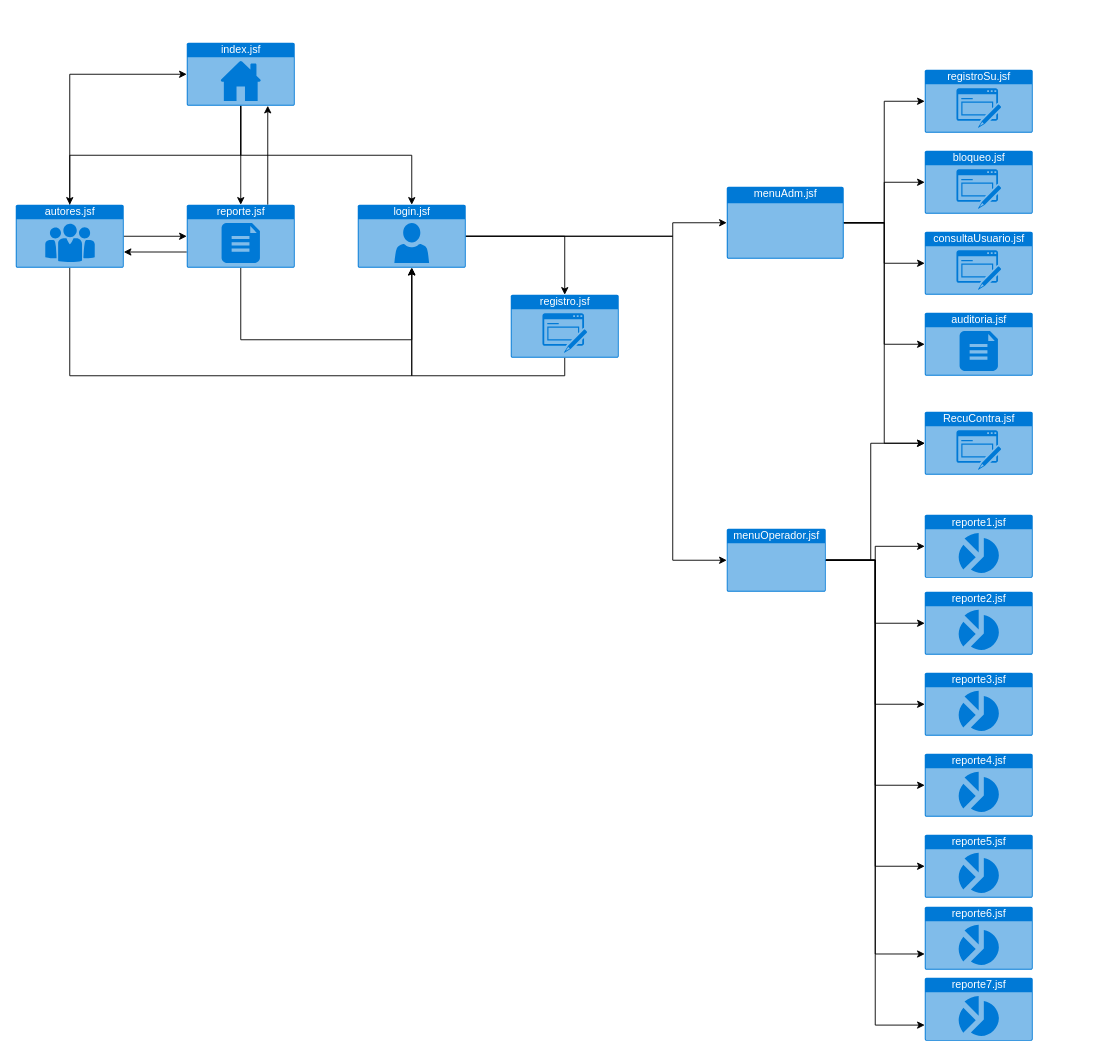
This is documentacion/mapaNavegacion.drawio from nicasop/PROYECTO_INTEGRADOR_P58, a draw.io file, before an edit. Source tidied: cells renumbered, new cells numbered last; positions are measured from the earlier drawing's top-left corner, leaving out a move shared by most shapes. Both pictures are drawn from the tidied source at 90%, with x=0, y=0 at pixel (15, 42).
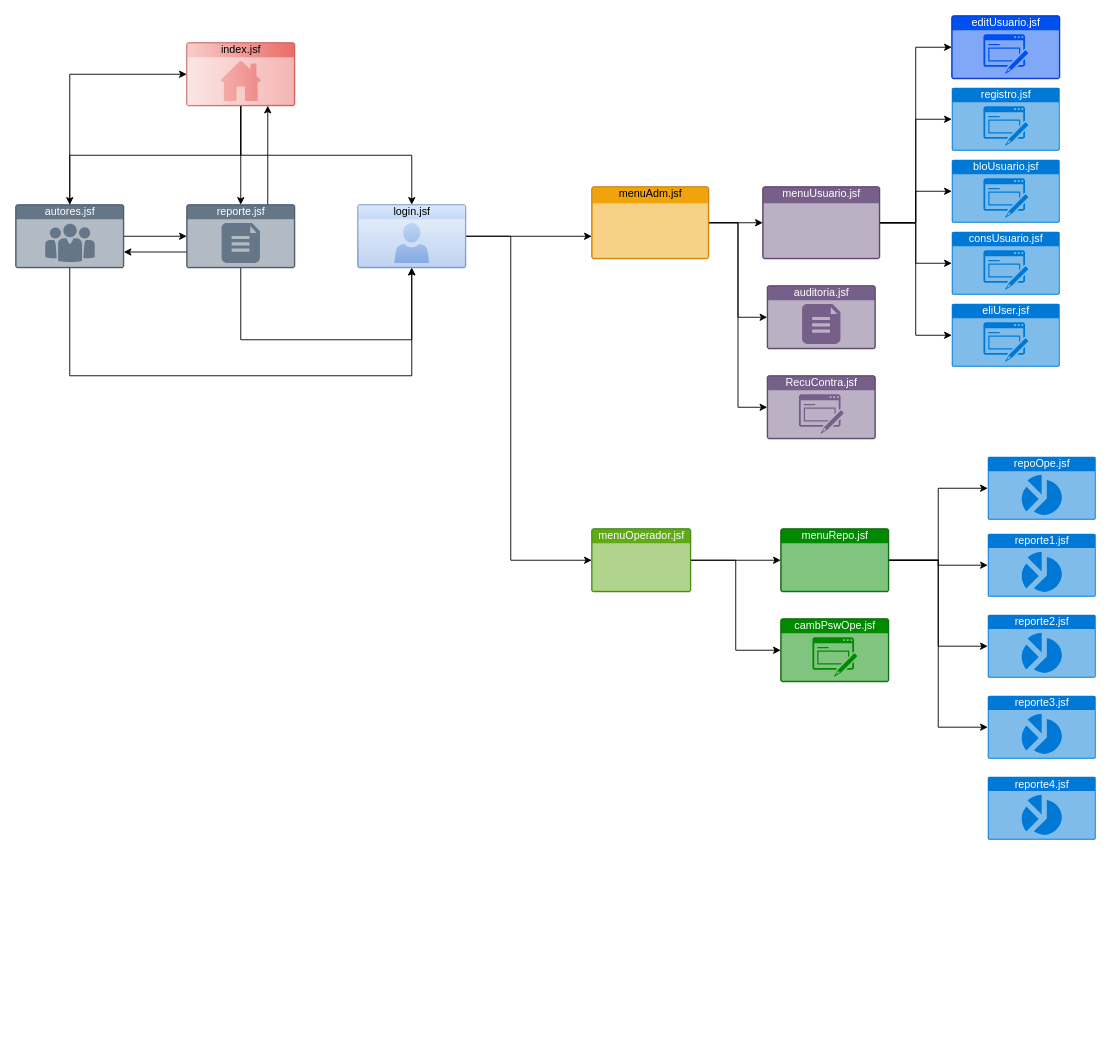
After the change.

Change to the diagram source:
```diff
@@
-    <mxCell id="5" value="index.jsf" style="html=1;strokeColor=none;fillColor=#0079D6;labelPosition=center;verticalLabelPosition=middle;verticalAlign=top;align=center;fontSize=12;outlineConnect=0;spacingTop=-6;fontColor=#FFFFFF;shape=mxgraph.sitemap.home;" parent="1" vertex="1">
+    <mxCell id="5" value="index.jsf" style="html=1;strokeColor=#b85450;fillColor=#f8cecc;labelPosition=center;verticalLabelPosition=middle;verticalAlign=top;align=center;fontSize=12;outlineConnect=0;spacingTop=-6;shape=mxgraph.sitemap.home;gradientDirection=east;gradientColor=#ea6b66;" parent="1" vertex="1">
       <mxGeometry x="190" width="120" height="70" as="geometry" />
     </mxCell>
@@
     <mxCell id="7" style="edgeStyle=orthogonalEdgeStyle;rounded=0;jettySize=auto;html=1;exitX=1;exitY=0.5;exitDx=0;exitDy=0;exitPerimeter=0;" parent="1" edge="1" source="9" target="35">
       <mxGeometry relative="1" as="geometry">
         <Array as="points">
-          <mxPoint x="730" y="215" />
-          <mxPoint x="730" y="575" />
+          <mxPoint x="550" y="215" />
+          <mxPoint x="550" y="575" />
         </Array>
       </mxGeometry>
     </mxCell>
-    <mxCell id="8" style="edgeStyle=orthogonalEdgeStyle;rounded=0;jettySize=auto;html=1;exitX=1;exitY=0.5;exitDx=0;exitDy=0;exitPerimeter=0;entryX=0.5;entryY=0;entryDx=0;entryDy=0;entryPerimeter=0;" parent="1" edge="1" source="9" target="19">
-      <mxGeometry relative="1" as="geometry" />
-    </mxCell>
-    <mxCell id="9" value="login.jsf&lt;br&gt;" style="html=1;strokeColor=none;fillColor=#0079D6;labelPosition=center;verticalLabelPosition=middle;verticalAlign=top;align=center;fontSize=12;outlineConnect=0;spacingTop=-6;fontColor=#FFFFFF;shape=mxgraph.sitemap.profile;" parent="1" vertex="1">
+    <mxCell id="9" value="login.jsf&lt;br&gt;" style="html=1;strokeColor=#6c8ebf;fillColor=#dae8fc;labelPosition=center;verticalLabelPosition=middle;verticalAlign=top;align=center;fontSize=12;outlineConnect=0;spacingTop=-6;shape=mxgraph.sitemap.profile;gradientColor=#7ea6e0;" parent="1" vertex="1">
       <mxGeometry x="380" y="180" width="120" height="70" as="geometry" />
     </mxCell>
@@
-    <mxCell id="13" value="reporte.jsf" style="html=1;strokeColor=none;fillColor=#0079D6;labelPosition=center;verticalLabelPosition=middle;verticalAlign=top;align=center;fontSize=12;outlineConnect=0;spacingTop=-6;fontColor=#FFFFFF;shape=mxgraph.sitemap.document;" parent="1" vertex="1">
+    <mxCell id="13" value="reporte.jsf" style="html=1;strokeColor=#314354;fillColor=#647687;labelPosition=center;verticalLabelPosition=middle;verticalAlign=top;align=center;fontSize=12;outlineConnect=0;spacingTop=-6;fontColor=#ffffff;shape=mxgraph.sitemap.document;" parent="1" vertex="1">
       <mxGeometry x="190" y="180" width="120" height="70" as="geometry" />
     </mxCell>
@@
-    <mxCell id="17" value="autores.jsf" style="html=1;strokeColor=none;fillColor=#0079D6;labelPosition=center;verticalLabelPosition=middle;verticalAlign=top;align=center;fontSize=12;outlineConnect=0;spacingTop=-6;fontColor=#FFFFFF;shape=mxgraph.sitemap.about_us;" parent="1" vertex="1">
+    <mxCell id="17" value="autores.jsf" style="html=1;strokeColor=#314354;fillColor=#647687;labelPosition=center;verticalLabelPosition=middle;verticalAlign=top;align=center;fontSize=12;outlineConnect=0;spacingTop=-6;shape=mxgraph.sitemap.about_us;fontColor=#ffffff;" parent="1" vertex="1">
       <mxGeometry y="180" width="120" height="70" as="geometry" />
     </mxCell>
-    <mxCell id="18" style="edgeStyle=orthogonalEdgeStyle;rounded=0;jettySize=auto;html=1;exitX=0.5;exitY=1;exitDx=0;exitDy=0;exitPerimeter=0;entryX=0.5;entryY=1;entryDx=0;entryDy=0;entryPerimeter=0;" parent="1" edge="1" source="19" target="9">
-      <mxGeometry relative="1" as="geometry" />
-    </mxCell>
-    <mxCell id="19" value="registro.jsf" style="html=1;strokeColor=none;fillColor=#0079D6;labelPosition=center;verticalLabelPosition=middle;verticalAlign=top;align=center;fontSize=12;outlineConnect=0;spacingTop=-6;fontColor=#FFFFFF;shape=mxgraph.sitemap.form;" parent="1" vertex="1">
-      <mxGeometry x="550" y="280" width="120" height="70" as="geometry" />
-    </mxCell>
-    <mxCell id="20" value="registroSu.jsf" style="html=1;strokeColor=none;fillColor=#0079D6;labelPosition=center;verticalLabelPosition=middle;verticalAlign=top;align=center;fontSize=12;outlineConnect=0;spacingTop=-6;fontColor=#FFFFFF;shape=mxgraph.sitemap.form;" parent="1" vertex="1">
-      <mxGeometry x="1010" y="30" width="120" height="70" as="geometry" />
+    <mxCell id="20" value="registro.jsf" style="html=1;strokeColor=none;fillColor=#0079D6;labelPosition=center;verticalLabelPosition=middle;verticalAlign=top;align=center;fontSize=12;outlineConnect=0;spacingTop=-6;fontColor=#FFFFFF;shape=mxgraph.sitemap.form;" parent="1" vertex="1">
+      <mxGeometry x="1040" y="50" width="120" height="70" as="geometry" />
     </mxCell>
-    <mxCell id="21" style="edgeStyle=orthogonalEdgeStyle;rounded=0;jettySize=auto;html=1;exitX=1;exitY=0.5;exitDx=0;exitDy=0;exitPerimeter=0;entryX=0;entryY=0.5;entryDx=0;entryDy=0;entryPerimeter=0;" parent="1" edge="1" source="26" target="20">
-      <mxGeometry relative="1" as="geometry" />
-    </mxCell>
-    <mxCell id="22" style="edgeStyle=orthogonalEdgeStyle;rounded=0;jettySize=auto;html=1;exitX=1;exitY=0.5;exitDx=0;exitDy=0;exitPerimeter=0;" parent="1" edge="1" source="26" target="37">
-      <mxGeometry relative="1" as="geometry" />
-    </mxCell>
-    <mxCell id="23" style="edgeStyle=orthogonalEdgeStyle;rounded=0;jettySize=auto;html=1;exitX=1;exitY=0.5;exitDx=0;exitDy=0;exitPerimeter=0;" parent="1" edge="1" source="26" target="38">
-      <mxGeometry relative="1" as="geometry" />
-    </mxCell>
@@
+    <mxCell id="47" style="edgeStyle=orthogonalEdgeStyle;rounded=0;jettySize=auto;html=1;exitX=1;exitY=0.5;exitDx=0;exitDy=0;exitPerimeter=0;" parent="1" edge="1" source="26" target="55">
+      <mxGeometry relative="1" as="geometry" />
+    </mxCell>
-    <mxCell id="26" value="menuAdm.jsf" style="html=1;strokeColor=none;fillColor=#0079D6;labelPosition=center;verticalLabelPosition=middle;verticalAlign=top;align=center;fontSize=12;outlineConnect=0;spacingTop=-6;fontColor=#FFFFFF;shape=mxgraph.sitemap.page;" parent="1" vertex="1">
-      <mxGeometry x="790" y="160" width="130" height="80" as="geometry" />
+    <mxCell id="26" value="menuAdm.jsf" style="html=1;strokeColor=#BD7000;fillColor=#f0a30a;labelPosition=center;verticalLabelPosition=middle;verticalAlign=top;align=center;fontSize=12;outlineConnect=0;spacingTop=-6;fontColor=#000000;shape=mxgraph.sitemap.page;" parent="1" vertex="1">
+      <mxGeometry x="640" y="160" width="130" height="80" as="geometry" />
     </mxCell>
-    <mxCell id="27" style="edgeStyle=orthogonalEdgeStyle;rounded=0;jettySize=auto;html=1;exitX=1;exitY=0.5;exitDx=0;exitDy=0;exitPerimeter=0;entryX=0;entryY=0.5;entryDx=0;entryDy=0;entryPerimeter=0;" parent="1" edge="1" source="35" target="36">
-      <mxGeometry relative="1" as="geometry">
-        <Array as="points">
-          <mxPoint x="950" y="575" />
-          <mxPoint x="950" y="445" />
-        </Array>
-      </mxGeometry>
-    </mxCell>
-    <mxCell id="28" style="edgeStyle=orthogonalEdgeStyle;rounded=0;jettySize=auto;html=1;exitX=1;exitY=0.5;exitDx=0;exitDy=0;exitPerimeter=0;" parent="1" edge="1" source="35" target="40">
-      <mxGeometry relative="1" as="geometry" />
-    </mxCell>
-    <mxCell id="29" style="edgeStyle=orthogonalEdgeStyle;rounded=0;jettySize=auto;html=1;exitX=1;exitY=0.5;exitDx=0;exitDy=0;exitPerimeter=0;entryX=0;entryY=0.5;entryDx=0;entryDy=0;entryPerimeter=0;" parent="1" edge="1" source="35" target="41">
-      <mxGeometry relative="1" as="geometry" />
-    </mxCell>
-    <mxCell id="30" style="edgeStyle=orthogonalEdgeStyle;rounded=0;jettySize=auto;html=1;exitX=1;exitY=0.5;exitDx=0;exitDy=0;exitPerimeter=0;entryX=0;entryY=0.5;entryDx=0;entryDy=0;entryPerimeter=0;" parent="1" edge="1" source="35" target="42">
-      <mxGeometry relative="1" as="geometry" />
-    </mxCell>
-    <mxCell id="31" style="edgeStyle=orthogonalEdgeStyle;rounded=0;jettySize=auto;html=1;exitX=1;exitY=0.5;exitDx=0;exitDy=0;exitPerimeter=0;entryX=0;entryY=0.5;entryDx=0;entryDy=0;entryPerimeter=0;" parent="1" edge="1" source="35" target="43">
-      <mxGeometry relative="1" as="geometry" />
-    </mxCell>
-    <mxCell id="32" style="edgeStyle=orthogonalEdgeStyle;rounded=0;jettySize=auto;html=1;exitX=1;exitY=0.5;exitDx=0;exitDy=0;exitPerimeter=0;entryX=0;entryY=0.5;entryDx=0;entryDy=0;entryPerimeter=0;" parent="1" edge="1" source="35" target="44">
-      <mxGeometry relative="1" as="geometry" />
-    </mxCell>
-    <mxCell id="33" style="edgeStyle=orthogonalEdgeStyle;rounded=0;jettySize=auto;html=1;exitX=1;exitY=0.5;exitDx=0;exitDy=0;exitPerimeter=0;entryX=0;entryY=0.75;entryDx=0;entryDy=0;entryPerimeter=0;" parent="1" edge="1" source="35" target="45">
-      <mxGeometry relative="1" as="geometry" />
-    </mxCell>
-    <mxCell id="34" style="edgeStyle=orthogonalEdgeStyle;rounded=0;jettySize=auto;html=1;exitX=1;exitY=0.5;exitDx=0;exitDy=0;exitPerimeter=0;entryX=0;entryY=0.75;entryDx=0;entryDy=0;entryPerimeter=0;" parent="1" edge="1" source="35" target="46">
-      <mxGeometry relative="1" as="geometry" />
-    </mxCell>
+    <mxCell id="48" style="edgeStyle=orthogonalEdgeStyle;rounded=0;jettySize=auto;html=1;exitX=1;exitY=0.5;exitDx=0;exitDy=0;exitPerimeter=0;" parent="1" edge="1" source="35" target="62">
+      <mxGeometry relative="1" as="geometry" />
+    </mxCell>
+    <mxCell id="49" style="edgeStyle=orthogonalEdgeStyle;rounded=0;jettySize=auto;html=1;exitX=1;exitY=0.5;exitDx=0;exitDy=0;exitPerimeter=0;entryX=0;entryY=0.5;entryDx=0;entryDy=0;entryPerimeter=0;" parent="1" edge="1" source="35" target="63">
+      <mxGeometry relative="1" as="geometry" />
+    </mxCell>
-    <mxCell id="35" value="menuOperador.jsf" style="html=1;strokeColor=none;fillColor=#0079D6;labelPosition=center;verticalLabelPosition=middle;verticalAlign=top;align=center;fontSize=12;outlineConnect=0;spacingTop=-6;fontColor=#FFFFFF;shape=mxgraph.sitemap.page;" parent="1" vertex="1">
-      <mxGeometry x="790" y="540" width="110" height="70" as="geometry" />
+    <mxCell id="35" value="menuOperador.jsf" style="html=1;strokeColor=#2D7600;fillColor=#60a917;labelPosition=center;verticalLabelPosition=middle;verticalAlign=top;align=center;fontSize=12;outlineConnect=0;spacingTop=-6;fontColor=#ffffff;shape=mxgraph.sitemap.page;" parent="1" vertex="1">
+      <mxGeometry x="640" y="540" width="110" height="70" as="geometry" />
     </mxCell>
-    <mxCell id="36" value="RecuContra.jsf" style="html=1;strokeColor=none;fillColor=#0079D6;labelPosition=center;verticalLabelPosition=middle;verticalAlign=top;align=center;fontSize=12;outlineConnect=0;spacingTop=-6;fontColor=#FFFFFF;shape=mxgraph.sitemap.form;" parent="1" vertex="1">
-      <mxGeometry x="1010" y="410" width="120" height="70" as="geometry" />
+    <mxCell id="36" value="RecuContra.jsf" style="html=1;strokeColor=#432D57;fillColor=#76608a;labelPosition=center;verticalLabelPosition=middle;verticalAlign=top;align=center;fontSize=12;outlineConnect=0;spacingTop=-6;fontColor=#ffffff;shape=mxgraph.sitemap.form;" parent="1" vertex="1">
+      <mxGeometry x="835" y="370" width="120" height="70" as="geometry" />
     </mxCell>
-    <mxCell id="37" value="bloqueo.jsf" style="html=1;strokeColor=none;fillColor=#0079D6;labelPosition=center;verticalLabelPosition=middle;verticalAlign=top;align=center;fontSize=12;outlineConnect=0;spacingTop=-6;fontColor=#FFFFFF;shape=mxgraph.sitemap.form;" parent="1" vertex="1">
-      <mxGeometry x="1010" y="120" width="120" height="70" as="geometry" />
+    <mxCell id="37" value="bloUsuario.jsf" style="html=1;strokeColor=none;fillColor=#0079D6;labelPosition=center;verticalLabelPosition=middle;verticalAlign=top;align=center;fontSize=12;outlineConnect=0;spacingTop=-6;fontColor=#FFFFFF;shape=mxgraph.sitemap.form;" parent="1" vertex="1">
+      <mxGeometry x="1040" y="130" width="120" height="70" as="geometry" />
     </mxCell>
-    <mxCell id="38" value="consultaUsuario.jsf" style="html=1;strokeColor=none;fillColor=#0079D6;labelPosition=center;verticalLabelPosition=middle;verticalAlign=top;align=center;fontSize=12;outlineConnect=0;spacingTop=-6;fontColor=#FFFFFF;shape=mxgraph.sitemap.form;" parent="1" vertex="1">
-      <mxGeometry x="1010" y="210" width="120" height="70" as="geometry" />
+    <mxCell id="38" value="consUsuario.jsf" style="html=1;strokeColor=none;fillColor=#0079D6;labelPosition=center;verticalLabelPosition=middle;verticalAlign=top;align=center;fontSize=12;outlineConnect=0;spacingTop=-6;fontColor=#FFFFFF;shape=mxgraph.sitemap.form;" parent="1" vertex="1">
+      <mxGeometry x="1040" y="210" width="120" height="70" as="geometry" />
     </mxCell>
-    <mxCell id="39" value="auditoria.jsf" style="html=1;strokeColor=none;fillColor=#0079D6;labelPosition=center;verticalLabelPosition=middle;verticalAlign=top;align=center;fontSize=12;outlineConnect=0;spacingTop=-6;fontColor=#FFFFFF;shape=mxgraph.sitemap.document;" parent="1" vertex="1">
-      <mxGeometry x="1010" y="300" width="120" height="70" as="geometry" />
+    <mxCell id="39" value="auditoria.jsf" style="html=1;strokeColor=#432D57;fillColor=#76608a;labelPosition=center;verticalLabelPosition=middle;verticalAlign=top;align=center;fontSize=12;outlineConnect=0;spacingTop=-6;fontColor=#ffffff;shape=mxgraph.sitemap.document;" parent="1" vertex="1">
+      <mxGeometry x="835" y="270" width="120" height="70" as="geometry" />
     </mxCell>
-    <mxCell id="40" value="reporte1.jsf" style="html=1;strokeColor=none;fillColor=#0079D6;labelPosition=center;verticalLabelPosition=middle;verticalAlign=top;align=center;fontSize=12;outlineConnect=0;spacingTop=-6;fontColor=#FFFFFF;shape=mxgraph.sitemap.chart;" parent="1" vertex="1">
-      <mxGeometry x="1010" y="524.5" width="120" height="70" as="geometry" />
+    <mxCell id="40" value="repoOpe.jsf" style="html=1;strokeColor=none;fillColor=#0079D6;labelPosition=center;verticalLabelPosition=middle;verticalAlign=top;align=center;fontSize=12;outlineConnect=0;spacingTop=-6;fontColor=#FFFFFF;shape=mxgraph.sitemap.chart;" parent="1" vertex="1">
+      <mxGeometry x="1080" y="460" width="120" height="70" as="geometry" />
     </mxCell>
-    <mxCell id="41" value="reporte2.jsf" style="html=1;strokeColor=none;fillColor=#0079D6;labelPosition=center;verticalLabelPosition=middle;verticalAlign=top;align=center;fontSize=12;outlineConnect=0;spacingTop=-6;fontColor=#FFFFFF;shape=mxgraph.sitemap.chart;" parent="1" vertex="1">
-      <mxGeometry x="1010" y="610" width="120" height="70" as="geometry" />
+    <mxCell id="41" value="reporte1.jsf" style="html=1;strokeColor=none;fillColor=#0079D6;labelPosition=center;verticalLabelPosition=middle;verticalAlign=top;align=center;fontSize=12;outlineConnect=0;spacingTop=-6;fontColor=#FFFFFF;shape=mxgraph.sitemap.chart;" parent="1" vertex="1">
+      <mxGeometry x="1080" y="545.5" width="120" height="70" as="geometry" />
     </mxCell>
-    <mxCell id="42" value="reporte3.jsf" style="html=1;strokeColor=none;fillColor=#0079D6;labelPosition=center;verticalLabelPosition=middle;verticalAlign=top;align=center;fontSize=12;outlineConnect=0;spacingTop=-6;fontColor=#FFFFFF;shape=mxgraph.sitemap.chart;" parent="1" vertex="1">
-      <mxGeometry x="1010" y="700" width="120" height="70" as="geometry" />
+    <mxCell id="42" value="reporte2.jsf" style="html=1;strokeColor=none;fillColor=#0079D6;labelPosition=center;verticalLabelPosition=middle;verticalAlign=top;align=center;fontSize=12;outlineConnect=0;spacingTop=-6;fontColor=#FFFFFF;shape=mxgraph.sitemap.chart;" parent="1" vertex="1">
+      <mxGeometry x="1080" y="635.5" width="120" height="70" as="geometry" />
     </mxCell>
-    <mxCell id="43" value="reporte4.jsf" style="html=1;strokeColor=none;fillColor=#0079D6;labelPosition=center;verticalLabelPosition=middle;verticalAlign=top;align=center;fontSize=12;outlineConnect=0;spacingTop=-6;fontColor=#FFFFFF;shape=mxgraph.sitemap.chart;" parent="1" vertex="1">
-      <mxGeometry x="1010" y="790" width="120" height="70" as="geometry" />
+    <mxCell id="43" value="reporte3.jsf" style="html=1;strokeColor=none;fillColor=#0079D6;labelPosition=center;verticalLabelPosition=middle;verticalAlign=top;align=center;fontSize=12;outlineConnect=0;spacingTop=-6;fontColor=#FFFFFF;shape=mxgraph.sitemap.chart;" parent="1" vertex="1">
+      <mxGeometry x="1080" y="725.5" width="120" height="70" as="geometry" />
     </mxCell>
-    <mxCell id="44" value="reporte5.jsf" style="html=1;strokeColor=none;fillColor=#0079D6;labelPosition=center;verticalLabelPosition=middle;verticalAlign=top;align=center;fontSize=12;outlineConnect=0;spacingTop=-6;fontColor=#FFFFFF;shape=mxgraph.sitemap.chart;" parent="1" vertex="1">
-      <mxGeometry x="1010" y="880" width="120" height="70" as="geometry" />
+    <mxCell id="44" value="reporte4.jsf" style="html=1;strokeColor=none;fillColor=#0079D6;labelPosition=center;verticalLabelPosition=middle;verticalAlign=top;align=center;fontSize=12;outlineConnect=0;spacingTop=-6;fontColor=#FFFFFF;shape=mxgraph.sitemap.chart;" parent="1" vertex="1">
+      <mxGeometry x="1080" y="815.5" width="120" height="70" as="geometry" />
     </mxCell>
-    <mxCell id="45" value="reporte6.jsf" style="html=1;strokeColor=none;fillColor=#0079D6;labelPosition=center;verticalLabelPosition=middle;verticalAlign=top;align=center;fontSize=12;outlineConnect=0;spacingTop=-6;fontColor=#FFFFFF;shape=mxgraph.sitemap.chart;" parent="1" vertex="1">
-      <mxGeometry x="1010" y="960" width="120" height="70" as="geometry" />
-    </mxCell>
-    <mxCell id="46" value="reporte7.jsf" style="html=1;strokeColor=none;fillColor=#0079D6;labelPosition=center;verticalLabelPosition=middle;verticalAlign=top;align=center;fontSize=12;outlineConnect=0;spacingTop=-6;fontColor=#FFFFFF;shape=mxgraph.sitemap.chart;" parent="1" vertex="1">
-      <mxGeometry x="1010" y="1039" width="120" height="70" as="geometry" />
-    </mxCell>
+    <mxCell id="50" style="edgeStyle=orthogonalEdgeStyle;rounded=0;jettySize=auto;html=1;entryX=0;entryY=0.5;entryDx=0;entryDy=0;entryPerimeter=0;" parent="1" edge="1" source="55" target="56">
+      <mxGeometry relative="1" as="geometry" />
+    </mxCell>
+    <mxCell id="51" style="edgeStyle=orthogonalEdgeStyle;rounded=0;jettySize=auto;html=1;entryX=0;entryY=0.5;entryDx=0;entryDy=0;entryPerimeter=0;" parent="1" edge="1" source="55" target="20">
+      <mxGeometry relative="1" as="geometry" />
+    </mxCell>
+    <mxCell id="52" style="edgeStyle=orthogonalEdgeStyle;rounded=0;jettySize=auto;html=1;entryX=0;entryY=0.5;entryDx=0;entryDy=0;entryPerimeter=0;" parent="1" edge="1" source="55" target="37">
+      <mxGeometry relative="1" as="geometry" />
+    </mxCell>
+    <mxCell id="53" style="edgeStyle=orthogonalEdgeStyle;rounded=0;jettySize=auto;html=1;" parent="1" edge="1" source="55" target="38">
+      <mxGeometry relative="1" as="geometry" />
+    </mxCell>
+    <mxCell id="54" style="edgeStyle=orthogonalEdgeStyle;rounded=0;jettySize=auto;html=1;entryX=0;entryY=0.5;entryDx=0;entryDy=0;entryPerimeter=0;" parent="1" edge="1" source="55" target="57">
+      <mxGeometry relative="1" as="geometry" />
+    </mxCell>
+    <mxCell id="55" value="menuUsuario.jsf" style="html=1;strokeColor=#432D57;fillColor=#76608a;labelPosition=center;verticalLabelPosition=middle;verticalAlign=top;align=center;fontSize=12;outlineConnect=0;spacingTop=-6;fontColor=#ffffff;shape=mxgraph.sitemap.page;" parent="1" vertex="1">
+      <mxGeometry x="830" y="160" width="130" height="80" as="geometry" />
+    </mxCell>
+    <mxCell id="56" value="editUsuario.jsf" style="html=1;strokeColor=#001DBC;fillColor=#0050ef;labelPosition=center;verticalLabelPosition=middle;verticalAlign=top;align=center;fontSize=12;outlineConnect=0;spacingTop=-6;shape=mxgraph.sitemap.form;fontColor=#ffffff;" parent="1" vertex="1">
+      <mxGeometry x="1040" y="-30" width="120" height="70" as="geometry" />
+    </mxCell>
+    <mxCell id="57" value="eliUser.jsf" style="html=1;strokeColor=none;fillColor=#0079D6;labelPosition=center;verticalLabelPosition=middle;verticalAlign=top;align=center;fontSize=12;outlineConnect=0;spacingTop=-6;fontColor=#FFFFFF;shape=mxgraph.sitemap.form;" parent="1" vertex="1">
+      <mxGeometry x="1040" y="290" width="120" height="70" as="geometry" />
+    </mxCell>
+    <mxCell id="58" style="edgeStyle=orthogonalEdgeStyle;rounded=0;jettySize=auto;html=1;entryX=0;entryY=0.5;entryDx=0;entryDy=0;entryPerimeter=0;" parent="1" edge="1" source="62" target="40">
+      <mxGeometry relative="1" as="geometry" />
+    </mxCell>
+    <mxCell id="59" style="edgeStyle=orthogonalEdgeStyle;rounded=0;jettySize=auto;html=1;exitX=1;exitY=0.5;exitDx=0;exitDy=0;exitPerimeter=0;" parent="1" edge="1" source="62" target="41">
+      <mxGeometry relative="1" as="geometry" />
+    </mxCell>
+    <mxCell id="60" style="edgeStyle=orthogonalEdgeStyle;rounded=0;jettySize=auto;html=1;exitX=1;exitY=0.5;exitDx=0;exitDy=0;exitPerimeter=0;entryX=0;entryY=0.5;entryDx=0;entryDy=0;entryPerimeter=0;" parent="1" edge="1" source="62" target="42">
+      <mxGeometry relative="1" as="geometry" />
+    </mxCell>
+    <mxCell id="61" style="edgeStyle=orthogonalEdgeStyle;rounded=0;jettySize=auto;html=1;exitX=1;exitY=0.5;exitDx=0;exitDy=0;exitPerimeter=0;entryX=0;entryY=0.5;entryDx=0;entryDy=0;entryPerimeter=0;" parent="1" edge="1" source="62" target="43">
+      <mxGeometry relative="1" as="geometry" />
+    </mxCell>
+    <mxCell id="62" value="&lt;div&gt;menuRepo.jsf&lt;/div&gt;" style="html=1;strokeColor=#005700;fillColor=#008a00;labelPosition=center;verticalLabelPosition=middle;verticalAlign=top;align=center;fontSize=12;outlineConnect=0;spacingTop=-6;fontColor=#ffffff;shape=mxgraph.sitemap.page;" parent="1" vertex="1">
+      <mxGeometry x="850" y="540" width="120" height="70" as="geometry" />
+    </mxCell>
+    <mxCell id="63" value="cambPswOpe.jsf" style="html=1;strokeColor=#005700;fillColor=#008a00;labelPosition=center;verticalLabelPosition=middle;verticalAlign=top;align=center;fontSize=12;outlineConnect=0;spacingTop=-6;fontColor=#ffffff;shape=mxgraph.sitemap.form;" parent="1" vertex="1">
+      <mxGeometry x="850" y="640" width="120" height="70" as="geometry" />
+    </mxCell>
```
